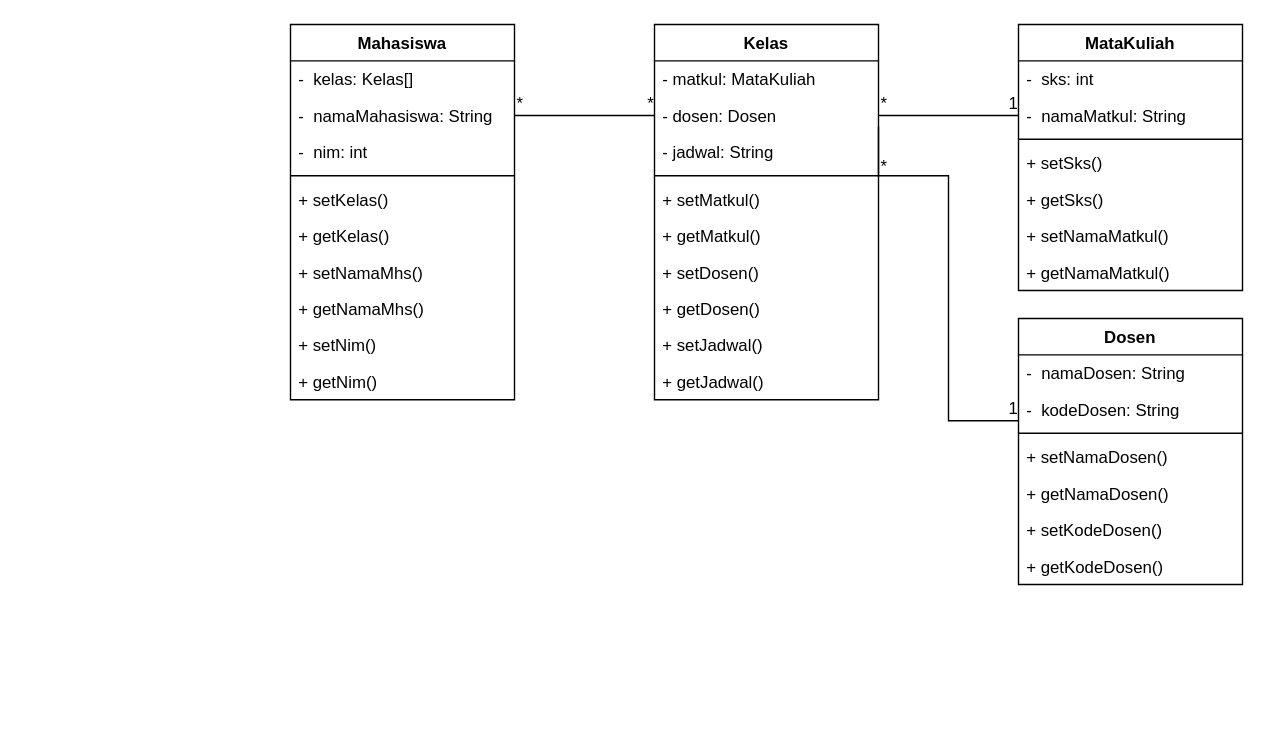
Earlier version of the draw.io diagram page "Page-1" (1 of 2) of TUGAS_5_RPL.drawio (ignatiusbarry69/draw.io). Source tidied: cells renumbered, new cells numbered last; positions are measured from the earlier drawing's top-left corner, leaving out a move shared by most shapes. Both pictures are drawn from the tidied source at 140%, with x=0, y=0 at pixel (290, 24).
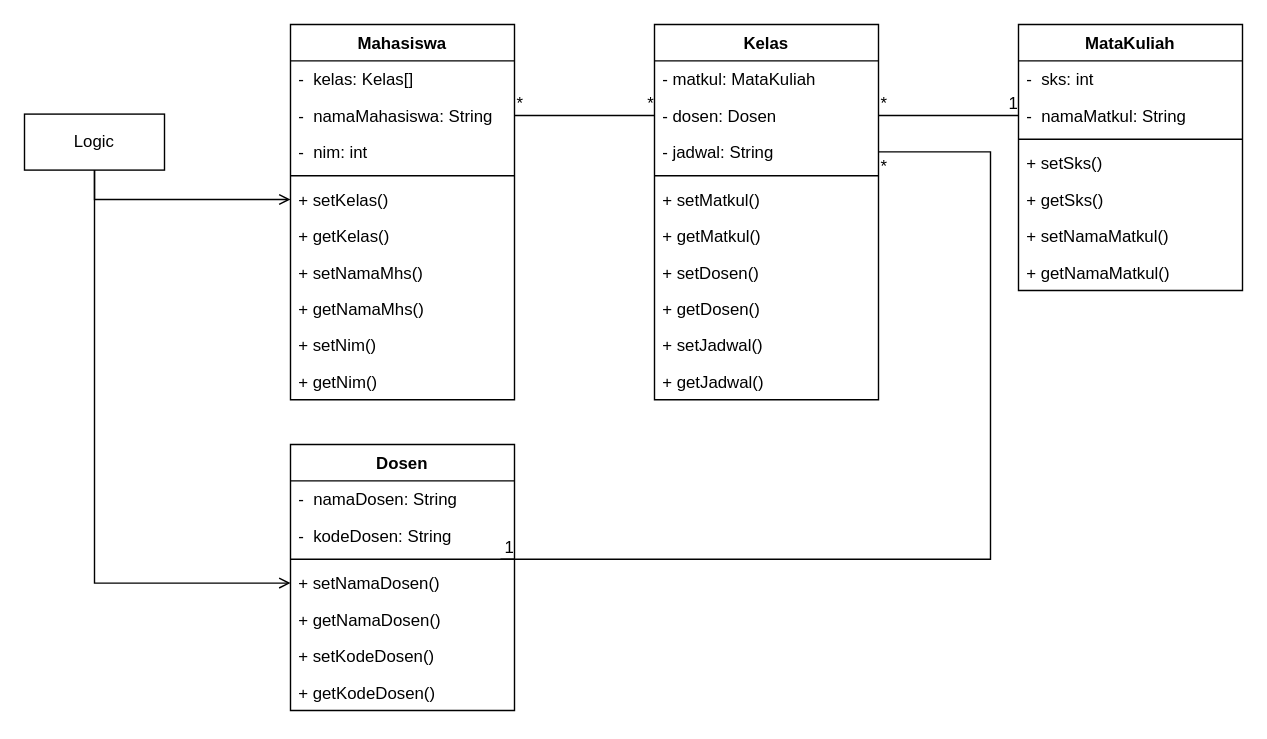
After the change.

The change refers to these unchanged cells:
```xml
<mxCell id="5" value="- jadwal: String" style="text;strokeColor=none;fillColor=none;align=left;verticalAlign=top;spacingLeft=4;spacingRight=4;overflow=hidden;points=[[0,0.5],[1,0.5]];portConstraint=eastwest;" parent="2" vertex="1">
  <mxGeometry y="78" width="160" height="26" as="geometry" />
</mxCell>
<mxCell id="26" value="+ setKelas()" style="text;strokeColor=none;fillColor=none;align=left;verticalAlign=top;spacingLeft=4;spacingRight=4;overflow=hidden;points=[[0,0.5],[1,0.5]];portConstraint=eastwest;" parent="21" vertex="1">
  <mxGeometry y="112" width="160" height="26" as="geometry" />
</mxCell>
<mxCell id="36" value="+ setNamaDosen()" style="text;strokeColor=none;fillColor=none;align=left;verticalAlign=top;spacingLeft=4;spacingRight=4;overflow=hidden;points=[[0,0.5],[1,0.5]];portConstraint=eastwest;" parent="32" vertex="1">
  <mxGeometry y="86" width="160" height="26" as="geometry" />
</mxCell>
```

What changed in the source:
```diff
@@
     <mxCell id="32" value="Dosen" style="swimlane;fontStyle=1;align=center;verticalAlign=top;horizontal=1;startSize=26;" parent="1" vertex="1">
-      <mxGeometry x="520" y="210" width="160" height="190" as="geometry" />
+      <mxGeometry y="300" width="160" height="190" as="geometry" />
     </mxCell>
@@
-    <mxCell id="46" style="endArrow=none;html=1;rounded=0;exitX=1;exitY=0.5;exitDx=0;exitDy=0;entryX=0;entryY=0.5;entryDx=0;entryDy=0;edgeStyle=orthogonalEdgeStyle;" parent="1" edge="1">
+    <mxCell id="46" style="endArrow=none;html=1;rounded=0;edgeStyle=orthogonalEdgeStyle;" parent="1" edge="1" source="5">
       <mxGeometry relative="1" as="geometry">
-        <mxPoint x="420" y="73" as="sourcePoint" />
-        <mxPoint x="520" y="283" as="targetPoint" />
+        <mxPoint x="150" y="382" as="targetPoint" />
         <Array as="points">
-          <mxPoint x="420" y="108" />
-          <mxPoint x="470" y="108" />
-          <mxPoint x="470" y="283" />
+          <mxPoint x="500" y="91" />
+          <mxPoint x="500" y="382" />
         </Array>
       </mxGeometry>
     </mxCell>
     <mxCell id="47" value="*" style="html=1;align=left;verticalAlign=bottom;" parent="46" vertex="1">
       <mxGeometry x="-1" relative="1" as="geometry">
-        <mxPoint y="37" as="offset" />
+        <mxPoint y="19" as="offset" />
       </mxGeometry>
     </mxCell>
     <mxCell id="48" value="1" style="html=1;align=right;verticalAlign=bottom;" parent="46" vertex="1">
-      <mxGeometry x="1" relative="1" as="geometry" />
+      <mxGeometry x="1" relative="1" as="geometry">
+        <mxPoint x="10" as="offset" />
+      </mxGeometry>
     </mxCell>
+    <mxCell id="49" style="edgeStyle=orthogonalEdgeStyle;rounded=0;jettySize=auto;html=1;entryX=0;entryY=0.5;entryDx=0;entryDy=0;endArrow=open;endFill=0;" parent="1" edge="1" source="51" target="26">
+      <mxGeometry relative="1" as="geometry" />
+    </mxCell>
+    <mxCell id="50" style="edgeStyle=orthogonalEdgeStyle;rounded=0;jettySize=auto;html=1;entryX=0;entryY=0.5;entryDx=0;entryDy=0;endArrow=open;endFill=0;" parent="1" edge="1" source="51" target="36">
+      <mxGeometry relative="1" as="geometry" />
+    </mxCell>
+    <mxCell id="51" value="Logic" style="whiteSpace=wrap;html=1;align=center;" parent="1" vertex="1">
+      <mxGeometry x="-190" y="64" width="100" height="40" as="geometry" />
+    </mxCell>
```
